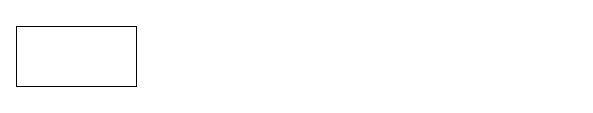
leizhuang1332/imgurl keeps this draw.io diagram as 未命名绘图.drawio. Above is the earlier version. Source tidied: cells renumbered, new cells numbered last; positions are measured from the earlier drawing's top-left corner, leaving out a move shared by most shapes. Both pictures are drawn from the tidied source at 100%, with x=0, y=0 at pixel (16, 26).
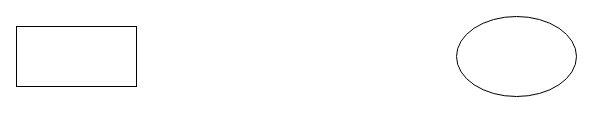
The same page after the edit.

Commit message (it also covers changes not shown here):
更新未命名绘图.drawio

Change to the diagram source:
```diff
@@
 <mxGraphModel>
   <root>
     <mxCell id="0" />
     <mxCell id="1" parent="0" />
     <mxCell id="2" style="rounded=0;whiteSpace=wrap;html=1;" parent="1" vertex="1">
       <mxGeometry width="120" height="60" as="geometry" />
     </mxCell>
+    <mxCell id="3" style="ellipse;whiteSpace=wrap;html=1;" parent="1" vertex="1">
+      <mxGeometry x="440" y="-10" width="120" height="80" as="geometry" />
+    </mxCell>
   </root>
 </mxGraphModel>
```
